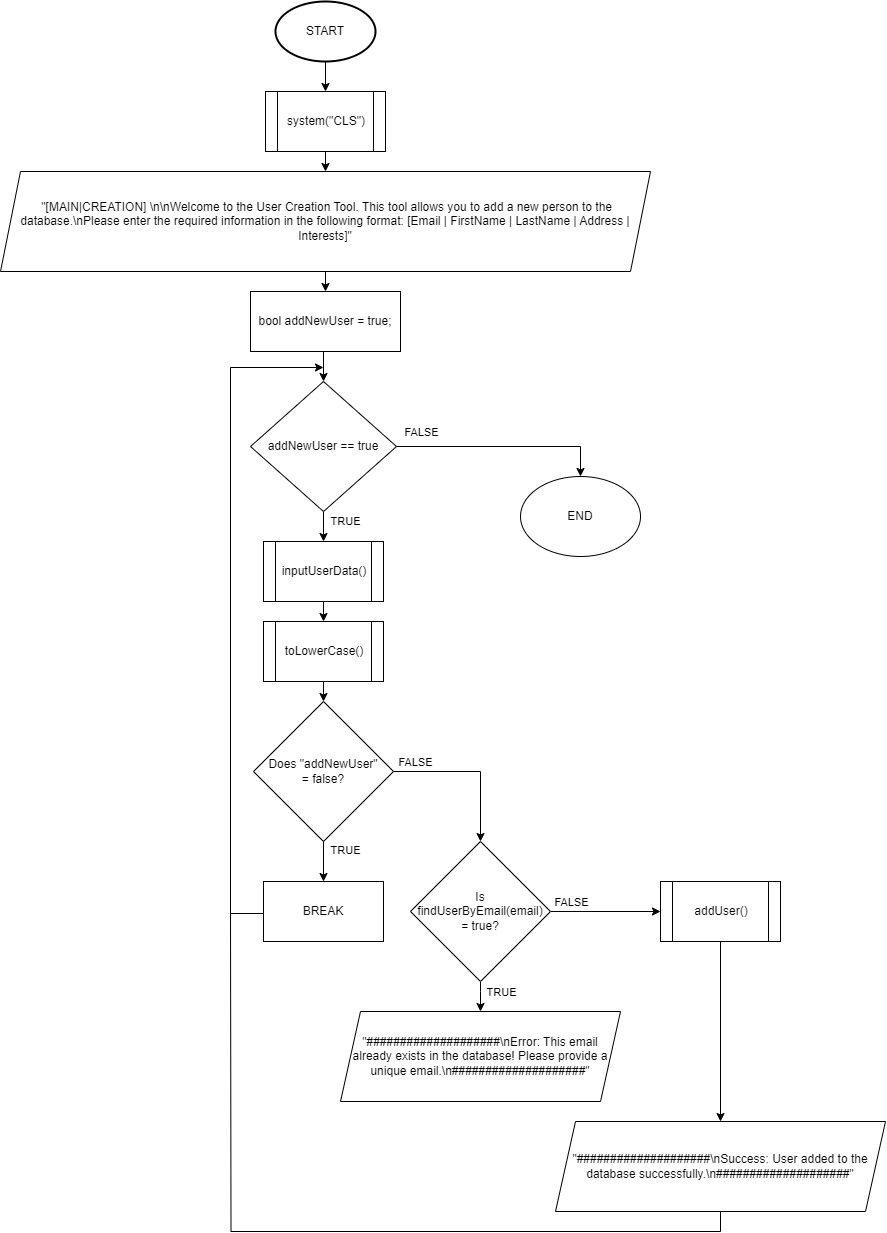
Above: Doc/Block_Schemes/userCreator_LIGHT.png in HyperekDerg/HiveHub (draw.io), before the change. Source tidied: cells renumbered, new cells last; positions are measured from the earlier drawing's top-left corner, leaving out a move shared by most shapes. The source it was exported from:
```xml
<mxGraphModel>
  <root>
    <mxCell id="0" />
    <mxCell id="1" parent="0" />
    <mxCell id="2" style="edgeStyle=orthogonalEdgeStyle;rounded=0;jettySize=auto;html=1;exitX=0.5;exitY=1;exitDx=0;exitDy=0;exitPerimeter=0;entryX=0.5;entryY=0;entryDx=0;entryDy=0;" parent="1" edge="1" source="3" target="5">
      <mxGeometry relative="1" as="geometry" />
    </mxCell>
    <mxCell id="3" value="START" style="strokeWidth=2;html=1;shape=mxgraph.flowchart.start_1;whiteSpace=wrap;" parent="1" vertex="1">
      <mxGeometry x="275" width="100" height="60" as="geometry" />
    </mxCell>
    <mxCell id="4" style="edgeStyle=orthogonalEdgeStyle;rounded=0;jettySize=auto;html=1;exitX=0.5;exitY=1;exitDx=0;exitDy=0;entryX=0.5;entryY=0;entryDx=0;entryDy=0;" parent="1" edge="1" source="5" target="7">
      <mxGeometry relative="1" as="geometry" />
    </mxCell>
    <mxCell id="5" value="system(&quot;CLS&quot;)" style="shape=process;whiteSpace=wrap;html=1;backgroundOutline=1;" parent="1" vertex="1">
      <mxGeometry x="265" y="90" width="120" height="60" as="geometry" />
    </mxCell>
    <mxCell id="6" style="edgeStyle=orthogonalEdgeStyle;rounded=0;jettySize=auto;html=1;exitX=0.5;exitY=1;exitDx=0;exitDy=0;entryX=0.5;entryY=0;entryDx=0;entryDy=0;" parent="1" edge="1" source="7" target="9">
      <mxGeometry relative="1" as="geometry" />
    </mxCell>
    <mxCell id="7" value="&amp;nbsp;&quot;[MAIN|CREATION] \n\nWelcome to the User Creation Tool. This tool allows you to add a new person to the database.\nPlease enter the required information in the following format: [Email | FirstName | LastName | Address | Interests]&quot;" style="shape=parallelogram;perimeter=parallelogramPerimeter;whiteSpace=wrap;html=1;fixedSize=1;" parent="1" vertex="1">
      <mxGeometry y="170" width="650" height="100" as="geometry" />
    </mxCell>
    <mxCell id="8" style="edgeStyle=orthogonalEdgeStyle;rounded=0;jettySize=auto;html=1;exitX=0.5;exitY=1;exitDx=0;exitDy=0;entryX=0.5;entryY=0;entryDx=0;entryDy=0;" parent="1" edge="1" source="9" target="14">
      <mxGeometry relative="1" as="geometry" />
    </mxCell>
    <mxCell id="9" value="bool addNewUser = true;" style="rounded=0;whiteSpace=wrap;html=1;" parent="1" vertex="1">
      <mxGeometry x="250" y="290" width="150" height="60" as="geometry" />
    </mxCell>
    <mxCell id="10" style="edgeStyle=orthogonalEdgeStyle;rounded=0;jettySize=auto;html=1;exitX=1;exitY=0.5;exitDx=0;exitDy=0;entryX=0.5;entryY=0;entryDx=0;entryDy=0;" parent="1" edge="1" source="14" target="15">
      <mxGeometry relative="1" as="geometry" />
    </mxCell>
    <mxCell id="11" value="FALSE" style="edgeLabel;html=1;align=center;verticalAlign=middle;" parent="10" vertex="1">
      <mxGeometry x="-0.75" relative="1" as="geometry">
        <mxPoint x="-3" y="-15" as="offset" />
      </mxGeometry>
    </mxCell>
    <mxCell id="12" style="edgeStyle=orthogonalEdgeStyle;rounded=0;jettySize=auto;html=1;exitX=0.5;exitY=1;exitDx=0;exitDy=0;entryX=0.5;entryY=0;entryDx=0;entryDy=0;" parent="1" edge="1" source="14" target="17">
      <mxGeometry relative="1" as="geometry" />
    </mxCell>
    <mxCell id="13" value="TRUE" style="edgeLabel;html=1;align=center;verticalAlign=middle;" parent="12" vertex="1">
      <mxGeometry x="-0.06" relative="1" as="geometry">
        <mxPoint x="21" y="-4" as="offset" />
      </mxGeometry>
    </mxCell>
    <mxCell id="14" value="addNewUser == true" style="rhombus;whiteSpace=wrap;html=1;" parent="1" vertex="1">
      <mxGeometry x="250" y="380" width="146" height="130" as="geometry" />
    </mxCell>
    <mxCell id="15" value="END" style="ellipse;whiteSpace=wrap;html=1;" parent="1" vertex="1">
      <mxGeometry x="520" y="475" width="120" height="80" as="geometry" />
    </mxCell>
    <mxCell id="16" style="edgeStyle=orthogonalEdgeStyle;rounded=0;jettySize=auto;html=1;exitX=0.5;exitY=1;exitDx=0;exitDy=0;entryX=0.5;entryY=0;entryDx=0;entryDy=0;" parent="1" edge="1" source="17" target="19">
      <mxGeometry relative="1" as="geometry" />
    </mxCell>
    <mxCell id="17" value="inputUserData()" style="shape=process;whiteSpace=wrap;html=1;backgroundOutline=1;" parent="1" vertex="1">
      <mxGeometry x="263" y="540" width="120" height="60" as="geometry" />
    </mxCell>
    <mxCell id="18" style="edgeStyle=orthogonalEdgeStyle;rounded=0;jettySize=auto;html=1;exitX=0.5;exitY=1;exitDx=0;exitDy=0;entryX=0.5;entryY=0;entryDx=0;entryDy=0;" parent="1" edge="1" source="19" target="24">
      <mxGeometry relative="1" as="geometry" />
    </mxCell>
    <mxCell id="19" value="toLowerCase()" style="shape=process;whiteSpace=wrap;html=1;backgroundOutline=1;" parent="1" vertex="1">
      <mxGeometry x="263" y="620" width="120" height="60" as="geometry" />
    </mxCell>
    <mxCell id="20" style="edgeStyle=orthogonalEdgeStyle;rounded=0;jettySize=auto;html=1;exitX=1;exitY=0.5;exitDx=0;exitDy=0;entryX=0.5;entryY=0;entryDx=0;entryDy=0;" parent="1" edge="1" source="24" target="29">
      <mxGeometry relative="1" as="geometry" />
    </mxCell>
    <mxCell id="21" value="FALSE" style="edgeLabel;html=1;align=center;verticalAlign=middle;" parent="20" vertex="1">
      <mxGeometry x="-0.73" relative="1" as="geometry">
        <mxPoint y="-10" as="offset" />
      </mxGeometry>
    </mxCell>
    <mxCell id="22" style="edgeStyle=orthogonalEdgeStyle;rounded=0;jettySize=auto;html=1;exitX=0.5;exitY=1;exitDx=0;exitDy=0;entryX=0.5;entryY=0;entryDx=0;entryDy=0;" parent="1" edge="1" source="24" target="36">
      <mxGeometry relative="1" as="geometry" />
    </mxCell>
    <mxCell id="23" value="TRUE" style="edgeLabel;html=1;align=center;verticalAlign=middle;" parent="22" vertex="1">
      <mxGeometry x="-0.56" y="3" relative="1" as="geometry">
        <mxPoint x="18" as="offset" />
      </mxGeometry>
    </mxCell>
    <mxCell id="24" value="Does &quot;addNewUser&quot; &lt;br&gt;= false?" style="rhombus;whiteSpace=wrap;html=1;" parent="1" vertex="1">
      <mxGeometry x="253" y="700" width="140" height="140" as="geometry" />
    </mxCell>
    <mxCell id="25" style="edgeStyle=orthogonalEdgeStyle;rounded=0;jettySize=auto;html=1;exitX=0.5;exitY=1;exitDx=0;exitDy=0;entryX=0.5;entryY=0;entryDx=0;entryDy=0;" parent="1" edge="1" source="29" target="30">
      <mxGeometry relative="1" as="geometry">
        <Array as="points">
          <mxPoint x="480" y="990" />
          <mxPoint x="480" y="990" />
        </Array>
      </mxGeometry>
    </mxCell>
    <mxCell id="26" value="TRUE" style="edgeLabel;html=1;align=center;verticalAlign=middle;" parent="25" vertex="1">
      <mxGeometry x="-0.52" y="2" relative="1" as="geometry">
        <mxPoint x="18" y="3" as="offset" />
      </mxGeometry>
    </mxCell>
    <mxCell id="27" style="edgeStyle=orthogonalEdgeStyle;rounded=0;jettySize=auto;html=1;exitX=1;exitY=0.5;exitDx=0;exitDy=0;entryX=0;entryY=0.5;entryDx=0;entryDy=0;" parent="1" edge="1" source="29" target="32">
      <mxGeometry relative="1" as="geometry" />
    </mxCell>
    <mxCell id="28" value="FALSE" style="edgeLabel;html=1;align=center;verticalAlign=middle;" parent="27" vertex="1">
      <mxGeometry x="-0.42" y="-1" relative="1" as="geometry">
        <mxPoint x="-12" y="-11" as="offset" />
      </mxGeometry>
    </mxCell>
    <mxCell id="29" value="Is findUserByEmail(email)&lt;br&gt;= true?" style="rhombus;whiteSpace=wrap;html=1;" parent="1" vertex="1">
      <mxGeometry x="410" y="840" width="140" height="140" as="geometry" />
    </mxCell>
    <mxCell id="30" value="&quot;####################\nError: This email already exists in the database! Please provide a unique email.\n####################&quot;" style="shape=parallelogram;perimeter=parallelogramPerimeter;whiteSpace=wrap;html=1;fixedSize=1;" parent="1" vertex="1">
      <mxGeometry x="340" y="1010" width="280" height="90" as="geometry" />
    </mxCell>
    <mxCell id="31" style="edgeStyle=orthogonalEdgeStyle;rounded=0;jettySize=auto;html=1;exitX=0.5;exitY=1;exitDx=0;exitDy=0;entryX=0.5;entryY=0;entryDx=0;entryDy=0;" parent="1" edge="1" source="32" target="34">
      <mxGeometry relative="1" as="geometry" />
    </mxCell>
    <mxCell id="32" value="addUser()" style="shape=process;whiteSpace=wrap;html=1;backgroundOutline=1;" parent="1" vertex="1">
      <mxGeometry x="660" y="880" width="120" height="60" as="geometry" />
    </mxCell>
    <mxCell id="33" style="edgeStyle=orthogonalEdgeStyle;rounded=0;jettySize=auto;html=1;exitX=0.5;exitY=1;exitDx=0;exitDy=0;endArrow=none;endFill=0;" parent="1" edge="1" source="34">
      <mxGeometry relative="1" as="geometry">
        <mxPoint x="230" y="910" as="targetPoint" />
      </mxGeometry>
    </mxCell>
    <mxCell id="34" value="&quot;####################\nSuccess: User added to the database successfully.\n####################&quot;" style="shape=parallelogram;perimeter=parallelogramPerimeter;whiteSpace=wrap;html=1;fixedSize=1;" parent="1" vertex="1">
      <mxGeometry x="555" y="1120" width="330" height="90" as="geometry" />
    </mxCell>
    <mxCell id="35" style="edgeStyle=orthogonalEdgeStyle;rounded=0;jettySize=auto;html=1;exitX=0;exitY=0.5;exitDx=0;exitDy=0;" parent="1" edge="1" source="36">
      <mxGeometry relative="1" as="geometry">
        <mxPoint x="323" y="366" as="targetPoint" />
        <Array as="points">
          <mxPoint x="263" y="912" />
          <mxPoint x="230" y="912" />
          <mxPoint x="230" y="366" />
        </Array>
      </mxGeometry>
    </mxCell>
    <mxCell id="36" value="BREAK" style="rounded=0;whiteSpace=wrap;html=1;" parent="1" vertex="1">
      <mxGeometry x="263" y="880" width="120" height="60" as="geometry" />
    </mxCell>
  </root>
</mxGraphModel>
```
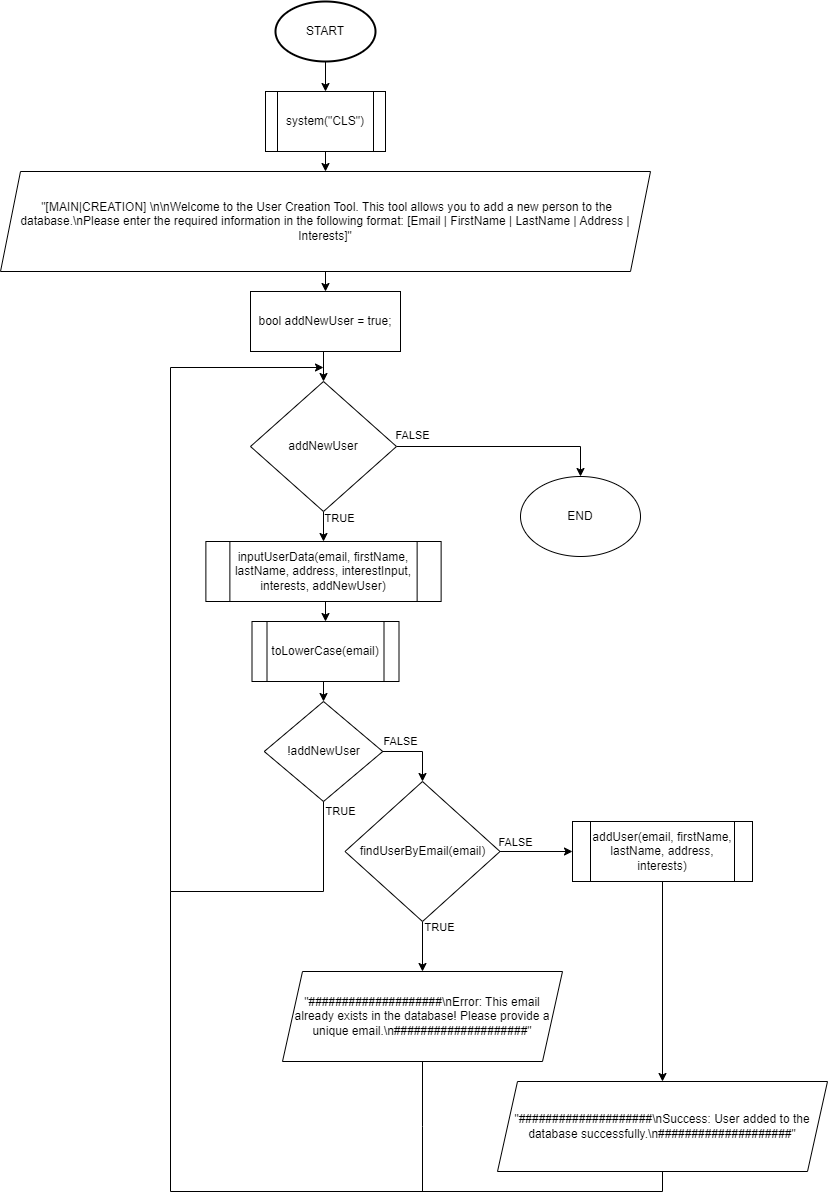
After the change.

Change to the diagram source:
```diff
@@ -31,7 +31,7 @@
     </mxCell>
     <mxCell id="11" value="FALSE" style="edgeLabel;html=1;align=center;verticalAlign=middle;" parent="10" vertex="1">
       <mxGeometry x="-0.75" relative="1" as="geometry">
-        <mxPoint x="-3" y="-15" as="offset" />
+        <mxPoint x="-11" y="-11" as="offset" />
       </mxGeometry>
     </mxCell>
     <mxCell id="12" style="edgeStyle=orthogonalEdgeStyle;rounded=0;jettySize=auto;html=1;exitX=0.5;exitY=1;exitDx=0;exitDy=0;entryX=0.5;entryY=0;entryDx=0;entryDy=0;" parent="1" edge="1" source="14" target="17">
@@ -39,10 +39,10 @@
     </mxCell>
     <mxCell id="13" value="TRUE" style="edgeLabel;html=1;align=center;verticalAlign=middle;" parent="12" vertex="1">
       <mxGeometry x="-0.06" relative="1" as="geometry">
-        <mxPoint x="21" y="-4" as="offset" />
+        <mxPoint x="16" y="-7" as="offset" />
       </mxGeometry>
     </mxCell>
-    <mxCell id="14" value="addNewUser == true" style="rhombus;whiteSpace=wrap;html=1;" parent="1" vertex="1">
+    <mxCell id="14" value="addNewUser" style="rhombus;whiteSpace=wrap;html=1;" parent="1" vertex="1">
       <mxGeometry x="250" y="380" width="146" height="130" as="geometry" />
     </mxCell>
     <mxCell id="15" value="END" style="ellipse;whiteSpace=wrap;html=1;" parent="1" vertex="1">
@@ -51,87 +51,85 @@
     <mxCell id="16" style="edgeStyle=orthogonalEdgeStyle;rounded=0;jettySize=auto;html=1;exitX=0.5;exitY=1;exitDx=0;exitDy=0;entryX=0.5;entryY=0;entryDx=0;entryDy=0;" parent="1" edge="1" source="17" target="19">
       <mxGeometry relative="1" as="geometry" />
     </mxCell>
-    <mxCell id="17" value="inputUserData()" style="shape=process;whiteSpace=wrap;html=1;backgroundOutline=1;" parent="1" vertex="1">
-      <mxGeometry x="263" y="540" width="120" height="60" as="geometry" />
+    <mxCell id="17" value="inputUserData(email, firstName, lastName, address, interestInput, interests, addNewUser)" style="shape=process;whiteSpace=wrap;html=1;backgroundOutline=1;" parent="1" vertex="1">
+      <mxGeometry x="205.4" y="540" width="235.2" height="60" as="geometry" />
     </mxCell>
     <mxCell id="18" style="edgeStyle=orthogonalEdgeStyle;rounded=0;jettySize=auto;html=1;exitX=0.5;exitY=1;exitDx=0;exitDy=0;entryX=0.5;entryY=0;entryDx=0;entryDy=0;" parent="1" edge="1" source="19" target="24">
       <mxGeometry relative="1" as="geometry" />
     </mxCell>
-    <mxCell id="19" value="toLowerCase()" style="shape=process;whiteSpace=wrap;html=1;backgroundOutline=1;" parent="1" vertex="1">
-      <mxGeometry x="263" y="620" width="120" height="60" as="geometry" />
+    <mxCell id="19" value="toLowerCase(email)" style="shape=process;whiteSpace=wrap;html=1;backgroundOutline=1;" parent="1" vertex="1">
+      <mxGeometry x="251.5" y="620" width="147" height="60" as="geometry" />
     </mxCell>
     <mxCell id="20" style="edgeStyle=orthogonalEdgeStyle;rounded=0;jettySize=auto;html=1;exitX=1;exitY=0.5;exitDx=0;exitDy=0;entryX=0.5;entryY=0;entryDx=0;entryDy=0;" parent="1" edge="1" source="24" target="29">
       <mxGeometry relative="1" as="geometry" />
     </mxCell>
     <mxCell id="21" value="FALSE" style="edgeLabel;html=1;align=center;verticalAlign=middle;" parent="20" vertex="1">
       <mxGeometry x="-0.73" relative="1" as="geometry">
-        <mxPoint y="-10" as="offset" />
+        <mxPoint x="8" y="-10" as="offset" />
       </mxGeometry>
     </mxCell>
-    <mxCell id="22" style="edgeStyle=orthogonalEdgeStyle;rounded=0;jettySize=auto;html=1;exitX=0.5;exitY=1;exitDx=0;exitDy=0;entryX=0.5;entryY=0;entryDx=0;entryDy=0;" parent="1" edge="1" source="24" target="36">
-      <mxGeometry relative="1" as="geometry" />
-    </mxCell>
-    <mxCell id="23" value="TRUE" style="edgeLabel;html=1;align=center;verticalAlign=middle;" parent="22" vertex="1">
-      <mxGeometry x="-0.56" y="3" relative="1" as="geometry">
-        <mxPoint x="18" as="offset" />
-      </mxGeometry>
-    </mxCell>
-    <mxCell id="24" value="Does &quot;addNewUser&quot; &lt;br&gt;= false?" style="rhombus;whiteSpace=wrap;html=1;" parent="1" vertex="1">
-      <mxGeometry x="253" y="700" width="140" height="140" as="geometry" />
+    <mxCell id="24" value="!addNewUser" style="rhombus;whiteSpace=wrap;html=1;" parent="1" vertex="1">
+      <mxGeometry x="263.8" y="700" width="118.5" height="100" as="geometry" />
     </mxCell>
-    <mxCell id="25" style="edgeStyle=orthogonalEdgeStyle;rounded=0;jettySize=auto;html=1;exitX=0.5;exitY=1;exitDx=0;exitDy=0;entryX=0.5;entryY=0;entryDx=0;entryDy=0;" parent="1" edge="1" source="29" target="30">
-      <mxGeometry relative="1" as="geometry">
-        <Array as="points">
-          <mxPoint x="480" y="990" />
-          <mxPoint x="480" y="990" />
-        </Array>
-      </mxGeometry>
-    </mxCell>
-    <mxCell id="26" value="TRUE" style="edgeLabel;html=1;align=center;verticalAlign=middle;" parent="25" vertex="1">
-      <mxGeometry x="-0.52" y="2" relative="1" as="geometry">
-        <mxPoint x="18" y="3" as="offset" />
-      </mxGeometry>
-    </mxCell>
     <mxCell id="27" style="edgeStyle=orthogonalEdgeStyle;rounded=0;jettySize=auto;html=1;exitX=1;exitY=0.5;exitDx=0;exitDy=0;entryX=0;entryY=0.5;entryDx=0;entryDy=0;" parent="1" edge="1" source="29" target="32">
       <mxGeometry relative="1" as="geometry" />
     </mxCell>
     <mxCell id="28" value="FALSE" style="edgeLabel;html=1;align=center;verticalAlign=middle;" parent="27" vertex="1">
       <mxGeometry x="-0.42" y="-1" relative="1" as="geometry">
-        <mxPoint x="-12" y="-11" as="offset" />
+        <mxPoint x="-6" y="-10" as="offset" />
       </mxGeometry>
     </mxCell>
+    <mxCell id="25" style="edgeStyle=orthogonalEdgeStyle;rounded=0;jettySize=auto;html=1;exitX=0.5;exitY=1;exitDx=0;exitDy=0;entryX=0.5;entryY=0;entryDx=0;entryDy=0;" parent="1" edge="1" source="29" target="30">
+      <mxGeometry relative="1" as="geometry" />
+    </mxCell>
+    <mxCell id="37" value="TRUE" style="edgeLabel;html=1;align=center;verticalAlign=middle;" parent="25" vertex="1">
+      <mxGeometry x="-0.4" y="-5" relative="1" as="geometry">
+        <mxPoint x="22" y="-9" as="offset" />
+      </mxGeometry>
+    </mxCell>
-    <mxCell id="29" value="Is findUserByEmail(email)&lt;br&gt;= true?" style="rhombus;whiteSpace=wrap;html=1;" parent="1" vertex="1">
-      <mxGeometry x="410" y="840" width="140" height="140" as="geometry" />
+    <mxCell id="29" value="findUserByEmail(email)" style="rhombus;whiteSpace=wrap;html=1;" parent="1" vertex="1">
+      <mxGeometry x="344.5" y="780" width="155" height="140" as="geometry" />
     </mxCell>
+    <mxCell id="38" style="edgeStyle=orthogonalEdgeStyle;rounded=0;jettySize=auto;html=1;exitX=0.5;exitY=1;exitDx=0;exitDy=0;endArrow=none;endFill=0;" parent="1" edge="1" source="30">
+      <mxGeometry relative="1" as="geometry">
+        <mxPoint x="422" y="1190" as="targetPoint" />
+      </mxGeometry>
+    </mxCell>
     <mxCell id="30" value="&quot;####################\nError: This email already exists in the database! Please provide a unique email.\n####################&quot;" style="shape=parallelogram;perimeter=parallelogramPerimeter;whiteSpace=wrap;html=1;fixedSize=1;" parent="1" vertex="1">
-      <mxGeometry x="340" y="1010" width="280" height="90" as="geometry" />
+      <mxGeometry x="282" y="970" width="280" height="90" as="geometry" />
     </mxCell>
     <mxCell id="31" style="edgeStyle=orthogonalEdgeStyle;rounded=0;jettySize=auto;html=1;exitX=0.5;exitY=1;exitDx=0;exitDy=0;entryX=0.5;entryY=0;entryDx=0;entryDy=0;" parent="1" edge="1" source="32" target="34">
       <mxGeometry relative="1" as="geometry" />
     </mxCell>
-    <mxCell id="32" value="addUser()" style="shape=process;whiteSpace=wrap;html=1;backgroundOutline=1;" parent="1" vertex="1">
-      <mxGeometry x="660" y="880" width="120" height="60" as="geometry" />
+    <mxCell id="32" value="addUser(email, firstName, lastName, address, interests)" style="shape=process;whiteSpace=wrap;html=1;backgroundOutline=1;" parent="1" vertex="1">
+      <mxGeometry x="572" y="820" width="180" height="60" as="geometry" />
     </mxCell>
     <mxCell id="33" style="edgeStyle=orthogonalEdgeStyle;rounded=0;jettySize=auto;html=1;exitX=0.5;exitY=1;exitDx=0;exitDy=0;endArrow=none;endFill=0;" parent="1" edge="1" source="34">
       <mxGeometry relative="1" as="geometry">
-        <mxPoint x="230" y="910" as="targetPoint" />
+        <mxPoint x="170" y="890" as="targetPoint" />
+        <Array as="points">
+          <mxPoint x="662" y="1190" />
+          <mxPoint x="170" y="1190" />
+        </Array>
       </mxGeometry>
     </mxCell>
     <mxCell id="34" value="&quot;####################\nSuccess: User added to the database successfully.\n####################&quot;" style="shape=parallelogram;perimeter=parallelogramPerimeter;whiteSpace=wrap;html=1;fixedSize=1;" parent="1" vertex="1">
-      <mxGeometry x="555" y="1120" width="330" height="90" as="geometry" />
+      <mxGeometry x="497" y="1080" width="330" height="90" as="geometry" />
     </mxCell>
-    <mxCell id="35" style="edgeStyle=orthogonalEdgeStyle;rounded=0;jettySize=auto;html=1;exitX=0;exitY=0.5;exitDx=0;exitDy=0;" parent="1" edge="1" source="36">
+    <mxCell id="35" style="edgeStyle=orthogonalEdgeStyle;rounded=0;jettySize=auto;html=1;exitX=0.5;exitY=1;exitDx=0;exitDy=0;" parent="1" edge="1" source="24">
       <mxGeometry relative="1" as="geometry">
         <mxPoint x="323" y="366" as="targetPoint" />
         <Array as="points">
-          <mxPoint x="263" y="912" />
-          <mxPoint x="230" y="912" />
-          <mxPoint x="230" y="366" />
+          <mxPoint x="323" y="890" />
+          <mxPoint x="170" y="890" />
+          <mxPoint x="170" y="366" />
         </Array>
       </mxGeometry>
     </mxCell>
-    <mxCell id="36" value="BREAK" style="rounded=0;whiteSpace=wrap;html=1;" parent="1" vertex="1">
-      <mxGeometry x="263" y="880" width="120" height="60" as="geometry" />
-    </mxCell>
+    <mxCell id="39" value="TRUE" style="edgeLabel;html=1;align=center;verticalAlign=middle;" parent="35" vertex="1">
+      <mxGeometry x="-0.94" y="3" relative="1" as="geometry">
+        <mxPoint x="14" y="-16" as="offset" />
+      </mxGeometry>
+    </mxCell>
   </root>
 </mxGraphModel>
```
